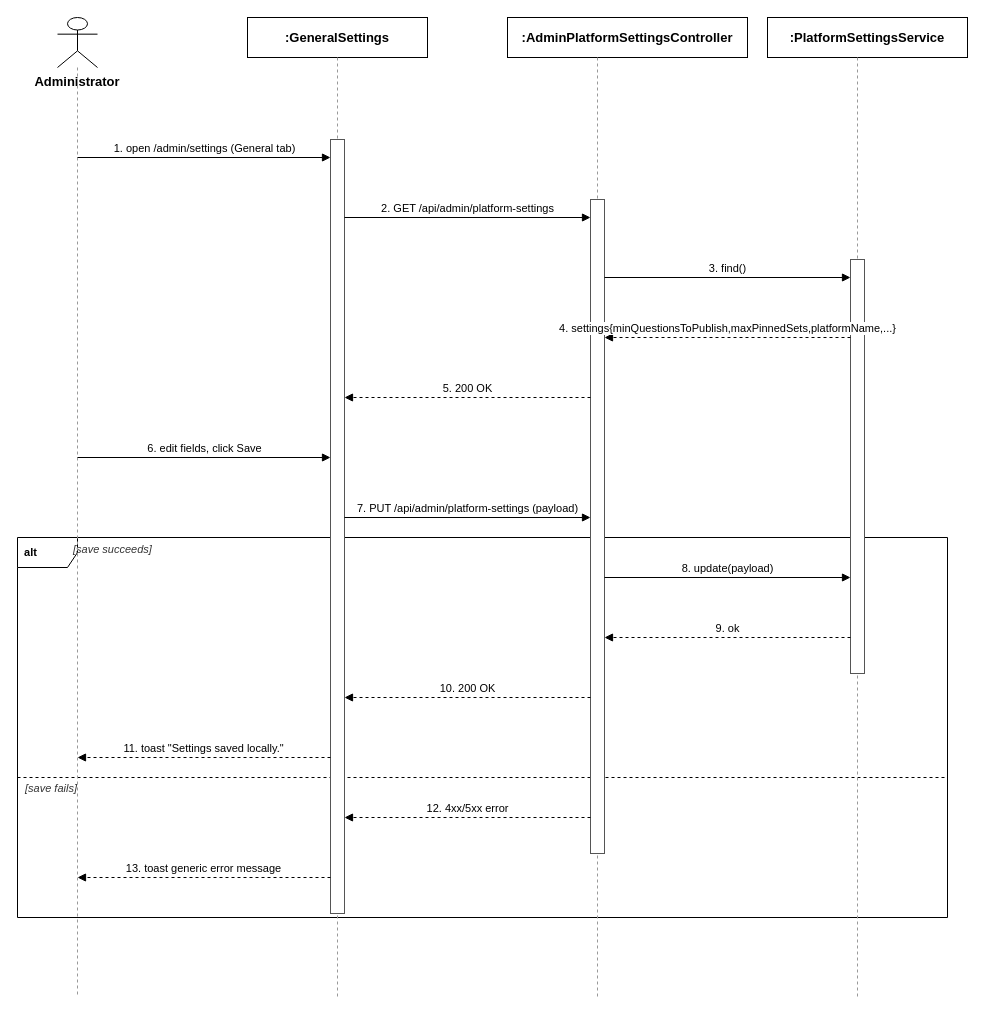
Before: page "Administrator_SystemConfiguration" (2 of 7) of docs/qa/sequence-diagrams.drawio in tulklk/AI_Interview_Question_Generation_RAG_LLM_FE, a draw.io diagram. Source tidied: cells renumbered, new cells numbered last; positions are measured from the earlier drawing's top-left corner, leaving out a move shared by most shapes. Both pictures are drawn from the tidied source at 100%, with x=0, y=0 at pixel (17, 17).
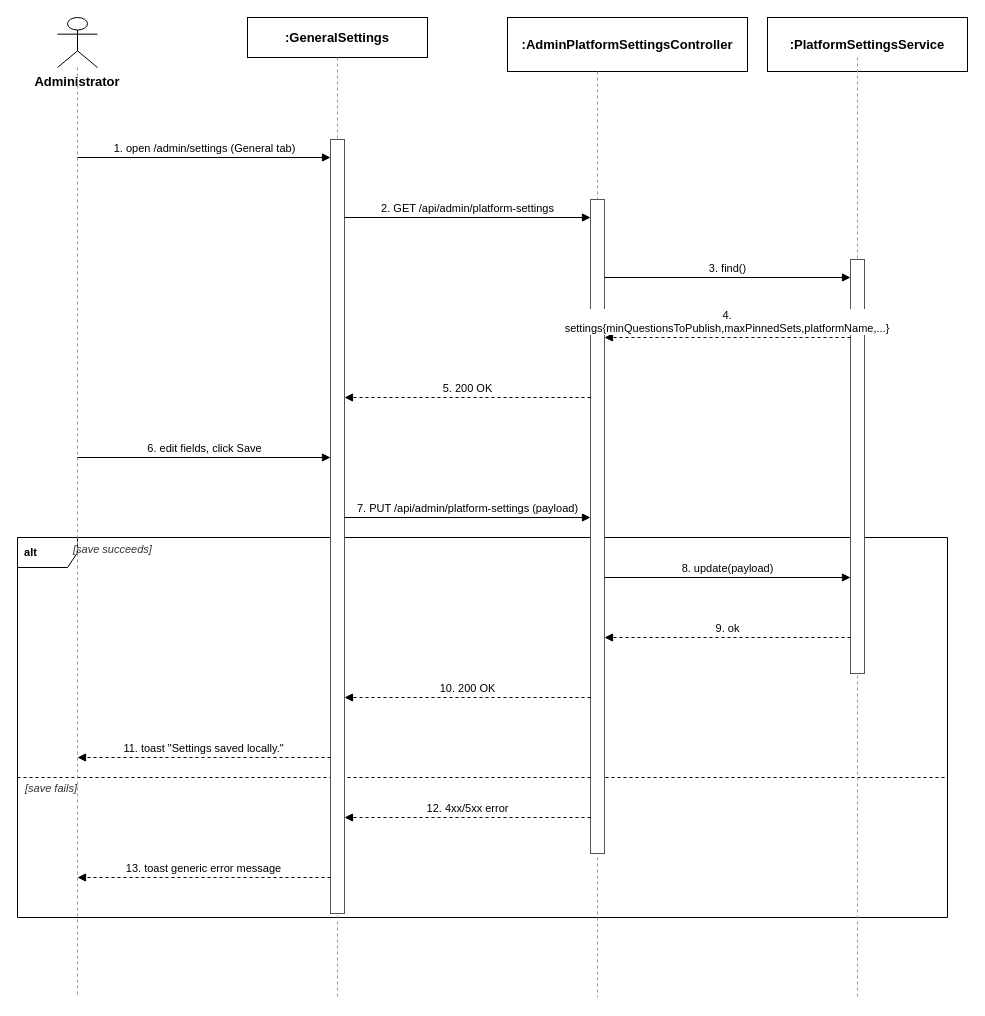
The same diagram, later.

Diff of the diagram source:
```diff
@@
     <mxCell id="10" value=":AdminPlatformSettingsController" style="rounded=0;whiteSpace=wrap;html=1;fontSize=13;fillColor=#ffffff;strokeColor=#000000;fontStyle=1;" parent="1" vertex="1">
-      <mxGeometry x="490" width="240" height="40" as="geometry" />
+      <mxGeometry x="490" width="240" height="54" as="geometry" />
     </mxCell>
     <mxCell id="11" style="endArrow=none;dashed=1;html=1;strokeColor=#999999;" parent="1" edge="1">
       <mxGeometry relative="1" as="geometry">
-        <mxPoint x="580" y="40" as="sourcePoint" />
+        <mxPoint x="580" y="54" as="sourcePoint" />
         <mxPoint x="580" y="980" as="targetPoint" />
       </mxGeometry>
     </mxCell>
     <mxCell id="12" value=":PlatformSettingsService" style="rounded=0;whiteSpace=wrap;html=1;fontSize=13;fillColor=#ffffff;strokeColor=#000000;fontStyle=1;" parent="1" vertex="1">
-      <mxGeometry x="750" width="200" height="40" as="geometry" />
+      <mxGeometry x="750" width="200" height="54" as="geometry" />
     </mxCell>
@@
-    <mxCell id="20" value="4. settings{minQuestionsToPublish,maxPinnedSets,platformName,...}" style="endArrow=block;endFill=1;html=1;dashed=1;fontSize=11;align=center;verticalAlign=bottom;labelBackgroundColor=#ffffff;strokeColor=#000000;" parent="1" edge="1">
+    <mxCell id="20" value="4. settings{minQuestionsToPublish,maxPinnedSets,platformName,...}" style="endArrow=block;endFill=1;html=1;whiteSpace=wrap;dashed=1;fontSize=11;align=center;verticalAlign=bottom;labelBackgroundColor=#ffffff;strokeColor=#000000;" parent="1" edge="1">
       <mxGeometry relative="1" as="geometry">
         <mxPoint x="833" y="320" as="sourcePoint" />
         <mxPoint x="587" y="320" as="targetPoint" />
       </mxGeometry>
     </mxCell>
```
